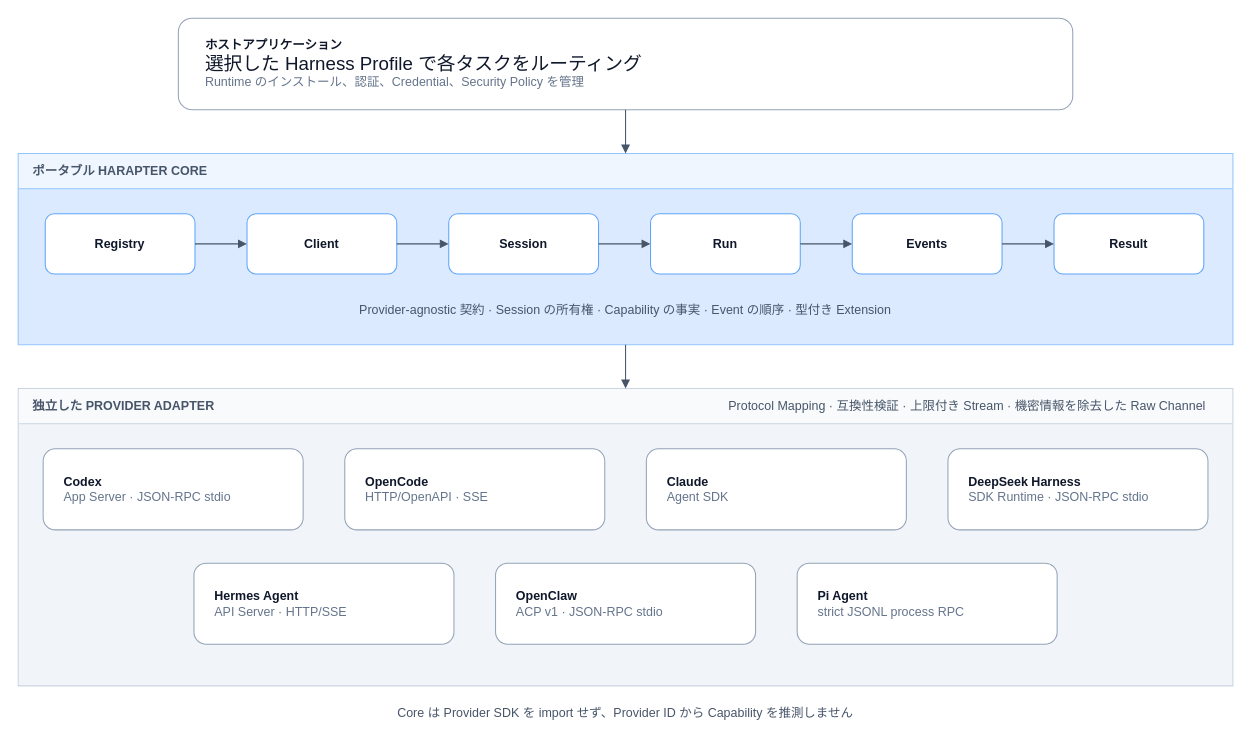
Earlier version of the draw.io diagram page "日本語" (3 of 3) of docs/assets/harapter-architecture.drawio (yunfeizhu/harapter). Source tidied: cells renumbered, new cells numbered last; positions are measured from the earlier drawing's top-left corner, leaving out a move shared by most shapes. Both pictures are drawn from the tidied source at 104%, with x=0, y=0 at pixel (18, 18).
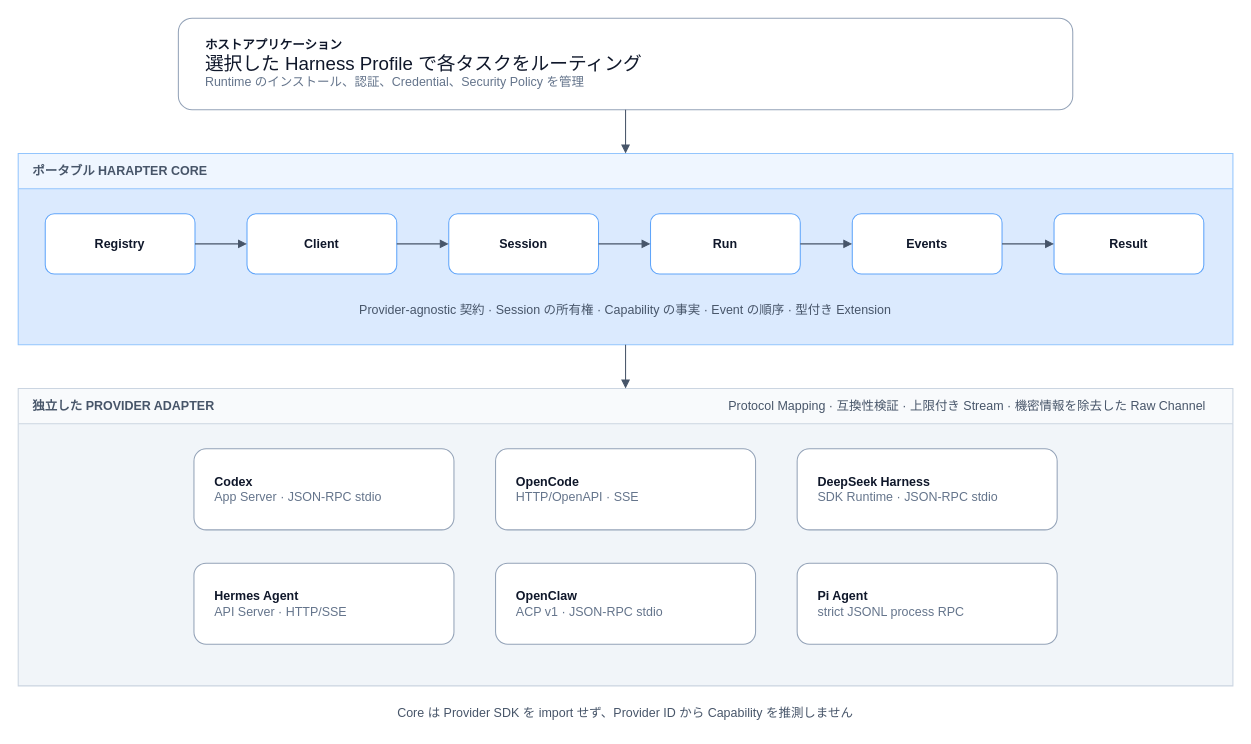
The same diagram, later.

Change to the diagram source:
```diff
@@
     <mxCell id="13" value="&lt;b&gt;Codex&lt;/b&gt;&lt;br&gt;&lt;font color=&quot;#64748b&quot;&gt;App Server · JSON-RPC stdio&lt;/font&gt;" style="rounded=1;whiteSpace=wrap;html=1;fillColor=#ffffff;strokeColor=#94a3b8;fontColor=#0f172a;align=left;spacingLeft=18;" parent="1" vertex="1">
-      <mxGeometry x="24" y="414" width="250" height="78" as="geometry" />
+      <mxGeometry x="169" y="414" width="250" height="78" as="geometry" />
     </mxCell>
     <mxCell id="14" value="&lt;b&gt;OpenCode&lt;/b&gt;&lt;br&gt;&lt;font color=&quot;#64748b&quot;&gt;HTTP/OpenAPI · SSE&lt;/font&gt;" style="rounded=1;whiteSpace=wrap;html=1;fillColor=#ffffff;strokeColor=#94a3b8;fontColor=#0f172a;align=left;spacingLeft=18;" parent="1" vertex="1">
-      <mxGeometry x="314" y="414" width="250" height="78" as="geometry" />
+      <mxGeometry x="459" y="414" width="250" height="78" as="geometry" />
     </mxCell>
-    <mxCell id="15" value="&lt;b&gt;Claude&lt;/b&gt;&lt;br&gt;&lt;font color=&quot;#64748b&quot;&gt;Agent SDK&lt;/font&gt;" style="rounded=1;whiteSpace=wrap;html=1;fillColor=#ffffff;strokeColor=#94a3b8;fontColor=#0f172a;align=left;spacingLeft=18;" parent="1" vertex="1">
-      <mxGeometry x="604" y="414" width="250" height="78" as="geometry" />
-    </mxCell>
     <mxCell id="16" value="&lt;b&gt;DeepSeek Harness&lt;/b&gt;&lt;br&gt;&lt;font color=&quot;#64748b&quot;&gt;SDK Runtime · JSON-RPC stdio&lt;/font&gt;" style="rounded=1;whiteSpace=wrap;html=1;fillColor=#ffffff;strokeColor=#94a3b8;fontColor=#0f172a;align=left;spacingLeft=18;" parent="1" vertex="1">
-      <mxGeometry x="894" y="414" width="250" height="78" as="geometry" />
+      <mxGeometry x="749" y="414" width="250" height="78" as="geometry" />
     </mxCell>
```
